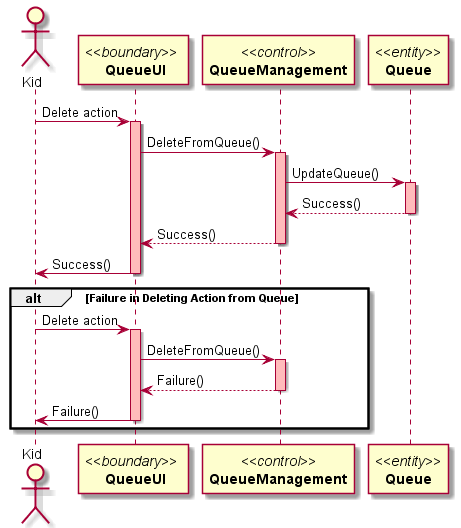
The PlantUML diagram Docs/Sequence Diagrams/Project Sequence-Diagram-UC2.png in DanielFYJ/2101-2201-Project, before a commit.
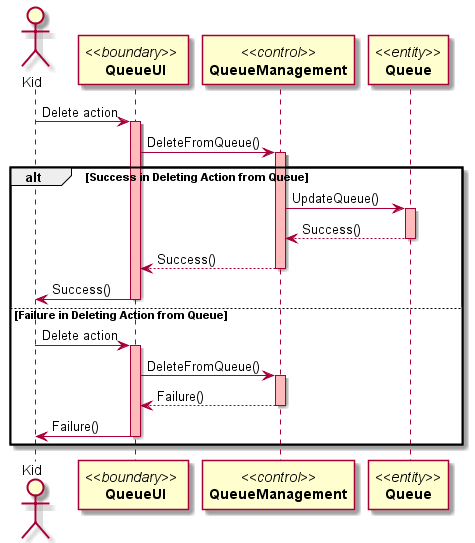
The same file after the commit.

Commit message:
updated Sequence Diagram UC1-3

What changed in the source:
```diff
@@ -10,6 +10,7 @@
 A -> B: DeleteFromQueue()
 activate B #FFBBBB
 
+alt Success in Deleting Action from Queue
 B -> C: UpdateQueue()
 activate C #FFBBBB
 C --> B: Success()
@@ -21,7 +22,7 @@
 A -> Kid: Success()
 deactivate A
 
-alt Failure in Deleting Action from Queue
+else Failure in Deleting Action from Queue
 Kid -> A:Delete action
 activate A #FFBBBB
 
```
